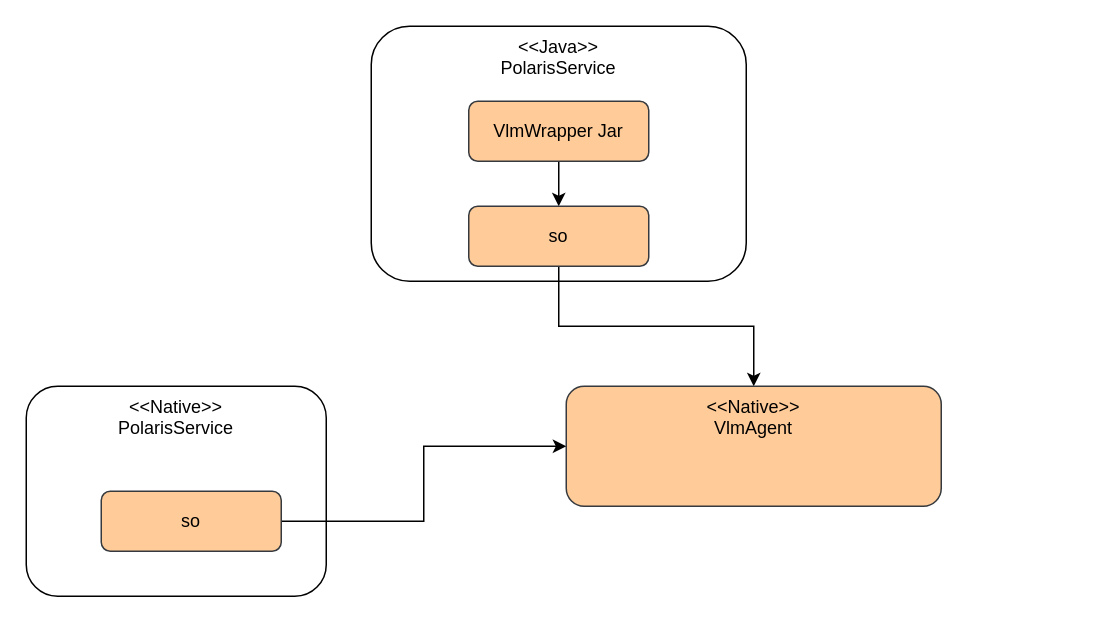
Above: page "第 3 页" (3 of 3) of assets/drawio/CockpitPerformanceSentinel.drawio in Ethen-Cao/ethenslab (draw.io), before the change. Source tidied: cells renumbered, new cells numbered last; positions are measured from the earlier drawing's top-left corner, leaving out a move shared by most shapes. Both pictures are drawn from the tidied source at 150%, with x=0, y=0 at pixel (26, 26).
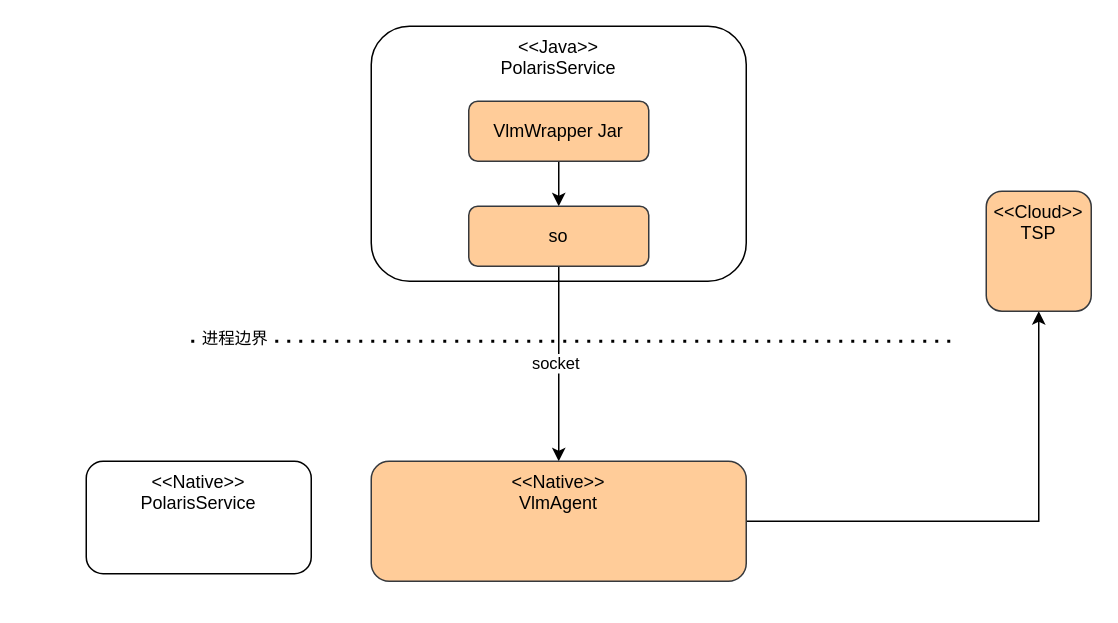
The same diagram, later.

Change to the diagram source:
```diff
@@
 <mxGraphModel>
   <root>
     <mxCell id="0" />
     <mxCell id="1" parent="0" />
     <mxCell id="2" value="&amp;lt;&amp;lt;Java&amp;gt;&amp;gt;&lt;br&gt;PolarisService" style="rounded=1;whiteSpace=wrap;html=1;verticalAlign=top;" parent="1" vertex="1">
       <mxGeometry x="230" width="250" height="170" as="geometry" />
     </mxCell>
-    <mxCell id="3" value="&amp;lt;&amp;lt;Native&amp;gt;&amp;gt;&lt;br&gt;PolarisService" style="rounded=1;whiteSpace=wrap;html=1;verticalAlign=top;" parent="1" vertex="1">
-      <mxGeometry y="240" width="200" height="140" as="geometry" />
-    </mxCell>
     <mxCell id="4" style="edgeStyle=orthogonalEdgeStyle;rounded=0;jettySize=auto;html=1;entryX=0.5;entryY=0;entryDx=0;entryDy=0;" parent="1" edge="1" source="5" target="7">
       <mxGeometry relative="1" as="geometry" />
     </mxCell>
     <mxCell id="5" value="VlmWrapper Jar" style="rounded=1;whiteSpace=wrap;html=1;fillColor=#ffcc99;strokeColor=#36393d;" parent="1" vertex="1">
       <mxGeometry x="295" y="50" width="120" height="40" as="geometry" />
     </mxCell>
     <mxCell id="6" style="edgeStyle=orthogonalEdgeStyle;rounded=0;jettySize=auto;html=1;" parent="1" edge="1" source="7" target="8">
       <mxGeometry relative="1" as="geometry" />
     </mxCell>
+    <mxCell id="11" value="socket" style="edgeLabel;html=1;align=center;verticalAlign=middle;" parent="6" vertex="1">
+      <mxGeometry x="-0.02" y="-3" relative="1" as="geometry" />
+    </mxCell>
     <mxCell id="7" value="so" style="rounded=1;whiteSpace=wrap;html=1;fillColor=#ffcc99;strokeColor=#36393d;" parent="1" vertex="1">
       <mxGeometry x="295" y="120" width="120" height="40" as="geometry" />
     </mxCell>
+    <mxCell id="12" style="edgeStyle=orthogonalEdgeStyle;rounded=0;jettySize=auto;html=1;entryX=0.5;entryY=1;entryDx=0;entryDy=0;" parent="1" edge="1" source="8" target="13">
+      <mxGeometry relative="1" as="geometry" />
+    </mxCell>
     <mxCell id="8" value="&amp;lt;&amp;lt;Native&amp;gt;&amp;gt;&lt;br&gt;VlmAgent" style="rounded=1;whiteSpace=wrap;html=1;verticalAlign=top;fillColor=#ffcc99;strokeColor=#36393d;" parent="1" vertex="1">
-      <mxGeometry x="360" y="240" width="250" height="80" as="geometry" />
+      <mxGeometry x="230" y="290" width="250" height="80" as="geometry" />
     </mxCell>
-    <mxCell id="9" style="edgeStyle=orthogonalEdgeStyle;rounded=0;jettySize=auto;html=1;" parent="1" edge="1" source="10" target="8">
-      <mxGeometry relative="1" as="geometry" />
-    </mxCell>
-    <mxCell id="10" value="so" style="rounded=1;whiteSpace=wrap;html=1;fillColor=#ffcc99;strokeColor=#36393d;" parent="1" vertex="1">
-      <mxGeometry x="50" y="310" width="120" height="40" as="geometry" />
-    </mxCell>
+    <mxCell id="13" value="&amp;lt;&amp;lt;Cloud&amp;gt;&amp;gt;&lt;br&gt;TSP" style="rounded=1;whiteSpace=wrap;html=1;verticalAlign=top;fillColor=#ffcc99;strokeColor=#36393d;" parent="1" vertex="1">
+      <mxGeometry x="640" y="110" width="70" height="80" as="geometry" />
+    </mxCell>
+    <mxCell id="14" style="endArrow=none;dashed=1;html=1;dashPattern=1 3;strokeWidth=2;rounded=0;" parent="1" edge="1">
+      <mxGeometry relative="1" as="geometry">
+        <mxPoint x="110" y="210" as="sourcePoint" />
+        <mxPoint x="620" y="210" as="targetPoint" />
+      </mxGeometry>
+    </mxCell>
+    <mxCell id="15" value="进程边界" style="edgeLabel;html=1;align=center;verticalAlign=middle;" parent="14" vertex="1">
+      <mxGeometry x="-0.89" y="3" relative="1" as="geometry" />
+    </mxCell>
+    <mxCell id="3" value="&amp;lt;&amp;lt;Native&amp;gt;&amp;gt;&lt;br&gt;PolarisService" style="rounded=1;whiteSpace=wrap;html=1;verticalAlign=top;" parent="1" vertex="1">
+      <mxGeometry x="40" y="290" width="150" height="75" as="geometry" />
+    </mxCell>
   </root>
 </mxGraphModel>
```
